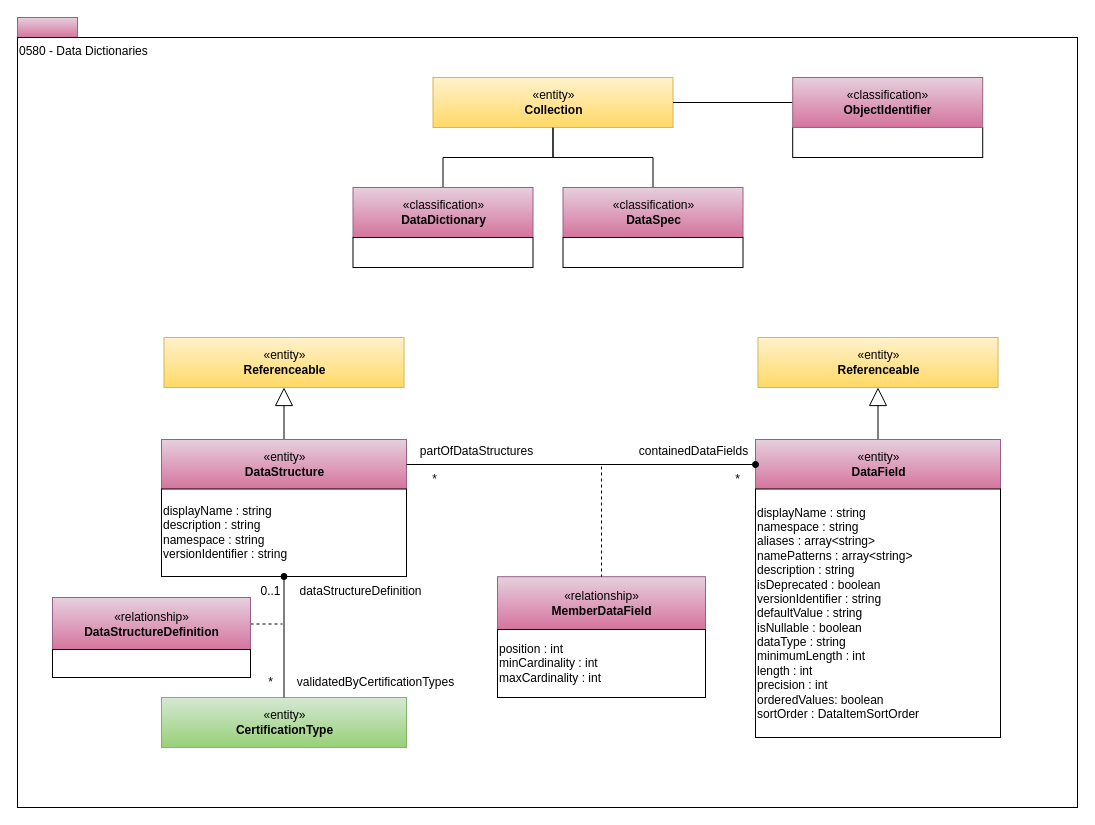
The draw.io diagram page "0580-Data-Dictionaries" (34 of 36) of site/docs/types/5/area-5-models-and-schema.drawio in odpi/egeria-docs, before the edit. Source tidied: cells renumbered, new cells numbered last; positions are measured from the earlier drawing's top-left corner, leaving out a move shared by most shapes. Both pictures are drawn from the tidied source at 100%, with x=0, y=0 at pixel (17, 17).
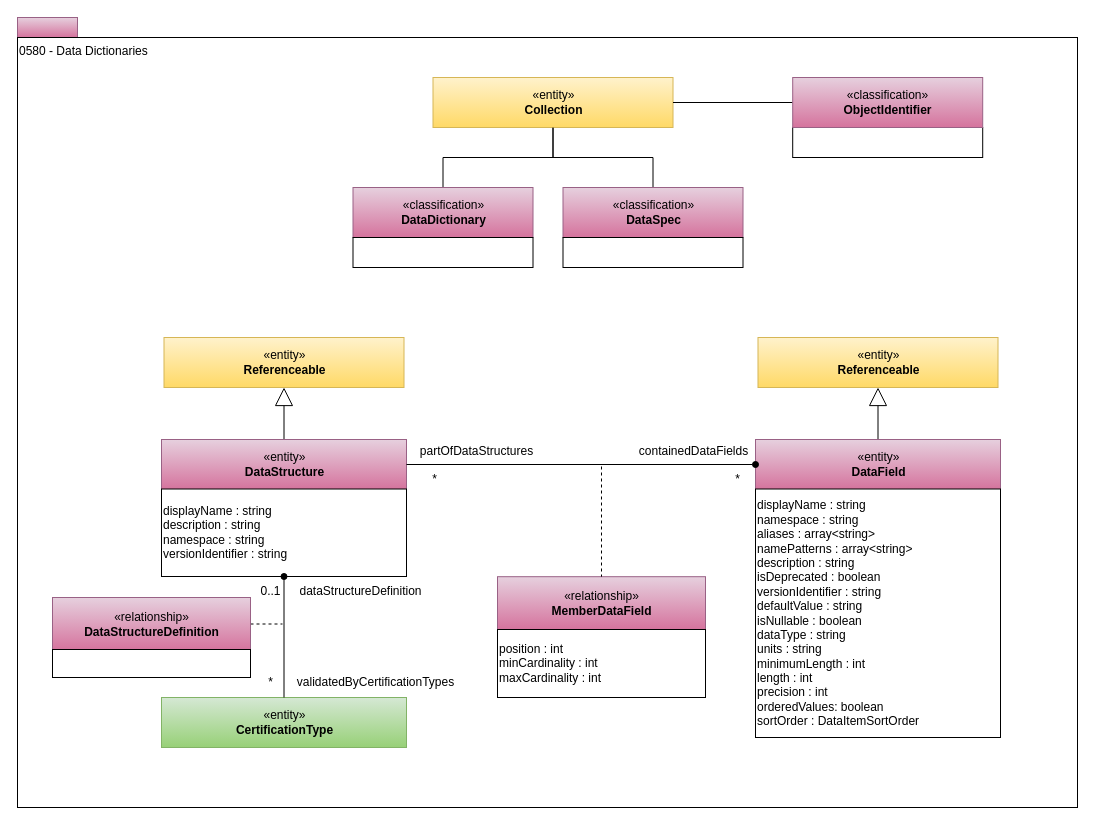
Above is the later version.

Commit message (it also covers changes not shown here):
Add units attribute to DataField

What changed in the source:
```diff
@@
-    <mxCell id="14" value="displayName : string&lt;div&gt;namespace : string&lt;/div&gt;&lt;div&gt;aliases : array&amp;lt;string&amp;gt;&lt;/div&gt;&lt;div&gt;namePatterns : array&amp;lt;string&amp;gt;&lt;br&gt;description : string&lt;/div&gt;&lt;div&gt;isDeprecated : boolean&lt;br&gt;versionIdentifier : string&lt;/div&gt;&lt;div&gt;defaultValue : string&lt;div&gt;isNullable : boolean&lt;br&gt;&lt;/div&gt;&lt;/div&gt;&lt;div&gt;dataType : string&lt;br&gt;minimumLength : int&lt;br&gt;length : int&lt;br&gt;precision : int&lt;/div&gt;&lt;div&gt;&lt;span style=&quot;background-color: transparent; color: light-dark(rgb(0, 0, 0), rgb(255, 255, 255));&quot;&gt;orderedValues: boolean&lt;/span&gt;&lt;br&gt;&lt;/div&gt;&lt;div&gt;&lt;span style=&quot;background-color: transparent; color: light-dark(rgb(0, 0, 0), rgb(255, 255, 255));&quot;&gt;sortOrder : DataItemSortOrder&lt;/span&gt;&lt;/div&gt;" style="rounded=0;whiteSpace=wrap;html=1;align=left;" parent="1" vertex="1">
+    <mxCell id="14" value="displayName : string&lt;div&gt;namespace : string&lt;/div&gt;&lt;div&gt;aliases : array&amp;lt;string&amp;gt;&lt;/div&gt;&lt;div&gt;namePatterns : array&amp;lt;string&amp;gt;&lt;br&gt;description : string&lt;/div&gt;&lt;div&gt;isDeprecated : boolean&lt;br&gt;versionIdentifier : string&lt;/div&gt;&lt;div&gt;defaultValue : string&lt;div&gt;isNullable : boolean&lt;br&gt;&lt;/div&gt;&lt;/div&gt;&lt;div&gt;dataType : string&lt;/div&gt;&lt;div&gt;units : string&lt;br&gt;minimumLength : int&lt;br&gt;length : int&lt;br&gt;precision : int&lt;/div&gt;&lt;div&gt;&lt;span style=&quot;background-color: transparent; color: light-dark(rgb(0, 0, 0), rgb(255, 255, 255));&quot;&gt;orderedValues: boolean&lt;/span&gt;&lt;br&gt;&lt;/div&gt;&lt;div&gt;&lt;span style=&quot;background-color: transparent; color: light-dark(rgb(0, 0, 0), rgb(255, 255, 255));&quot;&gt;sortOrder : DataItemSortOrder&lt;/span&gt;&lt;/div&gt;" style="rounded=0;whiteSpace=wrap;html=1;align=left;" parent="1" vertex="1">
       <mxGeometry x="738" y="471.5" width="245" height="248.5" as="geometry" />
     </mxCell>
```
